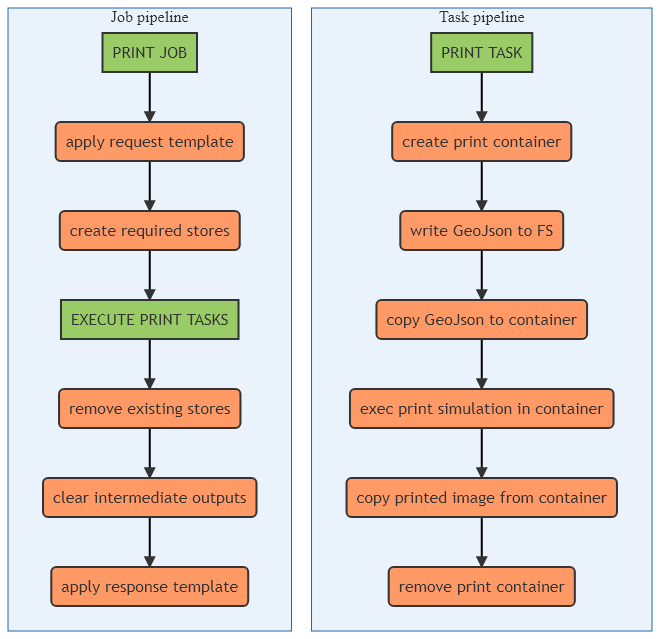
Above: examples/docker/hooks-diagram.png in kalisio/krawler (Mermaid), before the change. Its source is kept beside it as examples/docker/hooks-diagram.mmd.
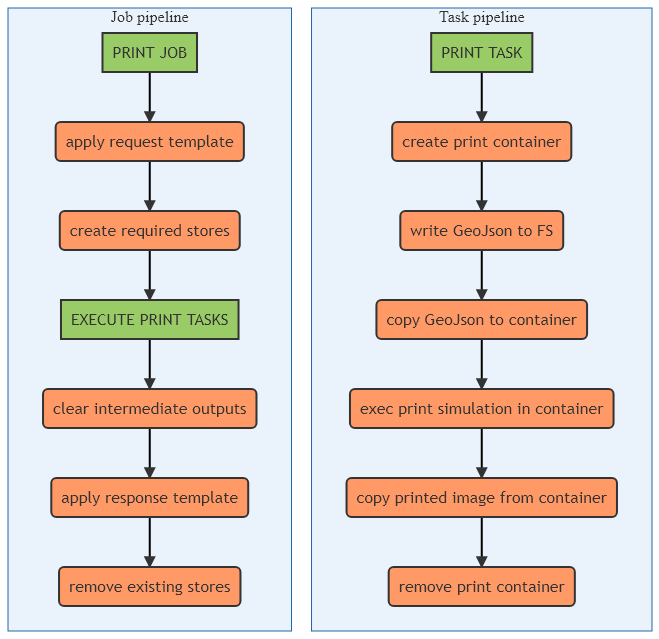
Above is the later version.

Commit message:
Improved docker print sample Fixed issues with template hooks and container command templating Fixed missing output type in copyToStore hook

The edit, as a diff of the source:
```diff
@@ -11,9 +11,9 @@
     PRINT_JOB[PRINT JOB] --> applyRequestTemplate(apply request template)
     applyRequestTemplate --> createStores(create required stores)
     createStores --> PRINT_TASKS[EXECUTE PRINT TASKS]
-    PRINT_TASKS --> removeStores(remove existing stores)
-    removeStores --> clearOutputs(clear intermediate outputs)
+    PRINT_TASKS --> clearOutputs(clear intermediate outputs)
     clearOutputs --> applyResponseTemplate(apply response template)
+    applyResponseTemplate --> removeStores(remove existing stores)
     end
 
     linkStyle default stroke-width:2px,fill:none,stroke:black
```
